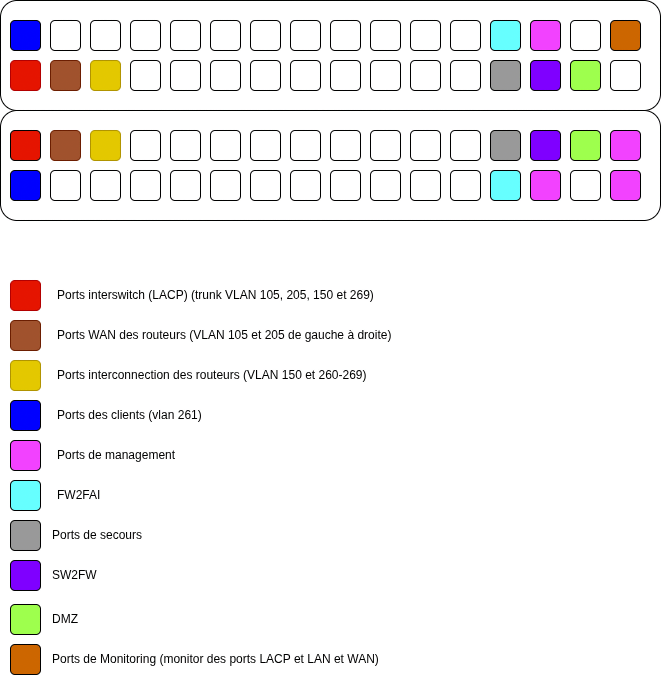
Above: docs/assets/SwitchPhysique.drawio.png in DSISportLudique/SportLudique2Doc (draw.io), before the change. Source tidied: cells renumbered, new cells last; positions are measured from the earlier drawing's top-left corner, leaving out a move shared by most shapes.
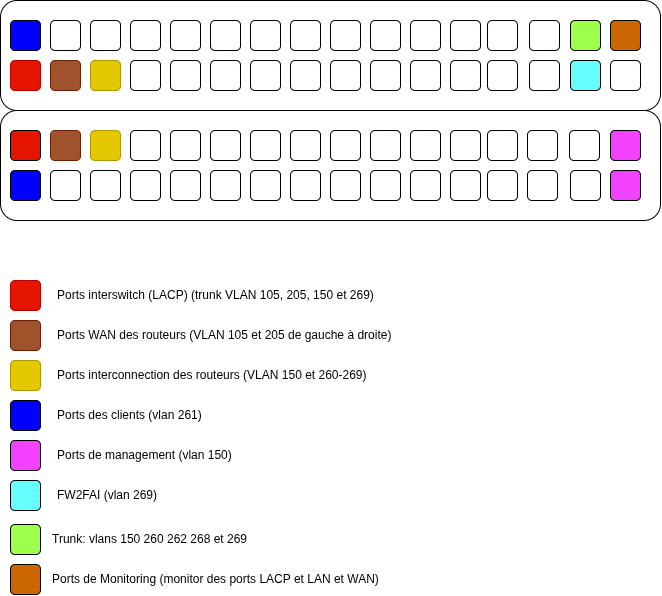
After the commit.

Commit message:
updated phy diagram

What changed in the source:
```diff
@@ -65,9 +65,6 @@
     <mxCell id="22" style="rounded=1;whiteSpace=wrap;html=1;" parent="1" vertex="1">
       <mxGeometry x="450" y="60" width="30" height="30" as="geometry" />
     </mxCell>
-    <mxCell id="23" style="rounded=1;whiteSpace=wrap;html=1;" parent="1" vertex="1">
-      <mxGeometry x="570" y="20" width="30" height="30" as="geometry" />
-    </mxCell>
     <mxCell id="24" style="rounded=1;whiteSpace=wrap;html=1;fillColor=light-dark(#CC6600,#CC6600);" parent="1" vertex="1">
       <mxGeometry x="610" y="20" width="30" height="30" as="geometry" />
     </mxCell>
@@ -140,15 +137,6 @@
     <mxCell id="47" style="rounded=1;whiteSpace=wrap;html=1;" parent="1" vertex="1">
       <mxGeometry x="450" y="170" width="30" height="30" as="geometry" />
     </mxCell>
-    <mxCell id="48" style="rounded=1;whiteSpace=wrap;html=1;fillColor=light-dark(#999999,#999999);" parent="1" vertex="1">
-      <mxGeometry x="490" y="130" width="30" height="30" as="geometry" />
-    </mxCell>
-    <mxCell id="49" style="rounded=1;whiteSpace=wrap;html=1;fillColor=light-dark(#66FFFF,#66FFFF);" parent="1" vertex="1">
-      <mxGeometry x="490" y="170" width="30" height="30" as="geometry" />
-    </mxCell>
-    <mxCell id="50" style="rounded=1;whiteSpace=wrap;html=1;fillStyle=solid;fillColor=light-dark(#7F00FF,#7F00FF);" parent="1" vertex="1">
-      <mxGeometry x="530" y="130" width="30" height="30" as="geometry" />
-    </mxCell>
     <mxCell id="51" style="rounded=1;whiteSpace=wrap;html=1;" parent="1" vertex="1">
       <mxGeometry x="570" y="170" width="30" height="30" as="geometry" />
     </mxCell>
@@ -170,7 +158,7 @@
     <mxCell id="57" value="Ports des clients (vlan 261)" style="text;html=1;whiteSpace=wrap;strokeColor=none;fillColor=none;align=left;verticalAlign=middle;rounded=0;" parent="1" vertex="1">
       <mxGeometry x="55" y="400" width="410" height="30" as="geometry" />
     </mxCell>
-    <mxCell id="58" value="Ports de management" style="text;html=1;whiteSpace=wrap;strokeColor=none;fillColor=none;align=left;verticalAlign=middle;rounded=0;" parent="1" vertex="1">
+    <mxCell id="58" value="Ports de management (vlan 150)" style="text;html=1;whiteSpace=wrap;strokeColor=none;fillColor=none;align=left;verticalAlign=middle;rounded=0;" parent="1" vertex="1">
       <mxGeometry x="55" y="440" width="410" height="30" as="geometry" />
     </mxCell>
     <mxCell id="59" style="rounded=1;whiteSpace=wrap;html=1;fillColor=light-dark(#F242FF,#F242FF);gradientColor=none;gradientDirection=north;" parent="1" vertex="1">
@@ -203,25 +191,10 @@
     <mxCell id="68" style="rounded=1;whiteSpace=wrap;html=1;" parent="1" vertex="1">
       <mxGeometry x="410" y="130" width="30" height="30" as="geometry" />
     </mxCell>
-    <mxCell id="69" style="rounded=1;whiteSpace=wrap;html=1;fillStyle=solid;fillColor=light-dark(#7F00FF,#7F00FF);" parent="1" vertex="1">
-      <mxGeometry x="530" y="60" width="30" height="30" as="geometry" />
-    </mxCell>
-    <mxCell id="70" style="rounded=1;whiteSpace=wrap;html=1;fillColor=light-dark(#999999,#999999);" parent="1" vertex="1">
-      <mxGeometry x="490" y="60" width="30" height="30" as="geometry" />
-    </mxCell>
-    <mxCell id="71" style="rounded=1;whiteSpace=wrap;html=1;fillColor=light-dark(#66FFFF,#66FFFF);" parent="1" vertex="1">
-      <mxGeometry x="490" y="20" width="30" height="30" as="geometry" />
-    </mxCell>
     <mxCell id="72" style="rounded=1;whiteSpace=wrap;html=1;fillColor=light-dark(#66FFFF,#66FFFF);" parent="1" vertex="1">
       <mxGeometry x="10" y="480" width="30" height="30" as="geometry" />
     </mxCell>
-    <mxCell id="73" style="rounded=1;whiteSpace=wrap;html=1;fillStyle=solid;fillColor=light-dark(#7F00FF,#7F00FF);" parent="1" vertex="1">
-      <mxGeometry x="10" y="560" width="30" height="30" as="geometry" />
-    </mxCell>
-    <mxCell id="74" style="rounded=1;whiteSpace=wrap;html=1;fillColor=light-dark(#999999,#999999);" parent="1" vertex="1">
-      <mxGeometry x="10" y="520" width="30" height="30" as="geometry" />
-    </mxCell>
-    <mxCell id="75" value="FW2FAI" style="text;html=1;whiteSpace=wrap;strokeColor=none;fillColor=none;align=left;verticalAlign=middle;rounded=0;" parent="1" vertex="1">
+    <mxCell id="75" value="FW2FAI (vlan 269)" style="text;html=1;whiteSpace=wrap;strokeColor=none;fillColor=none;align=left;verticalAlign=middle;rounded=0;" parent="1" vertex="1">
       <mxGeometry x="55" y="480" width="410" height="30" as="geometry" />
     </mxCell>
     <mxCell id="76" style="rounded=1;whiteSpace=wrap;html=1;fillColor=light-dark(#F242FF,#F242FF);gradientColor=none;gradientDirection=north;" parent="1" vertex="1">
@@ -230,35 +203,50 @@
     <mxCell id="77" style="rounded=1;whiteSpace=wrap;html=1;fillColor=light-dark(#F242FF,#F242FF);gradientColor=none;gradientDirection=north;" parent="1" vertex="1">
       <mxGeometry x="10" y="440" width="30" height="30" as="geometry" />
     </mxCell>
-    <mxCell id="78" style="rounded=1;whiteSpace=wrap;html=1;fillColor=light-dark(#F242FF,#F242FF);gradientColor=none;gradientDirection=north;" parent="1" vertex="1">
-      <mxGeometry x="530" y="20" width="30" height="30" as="geometry" />
-    </mxCell>
     <mxCell id="79" style="rounded=1;whiteSpace=wrap;html=1;fillColor=light-dark(#CC6600,#CC6600);" parent="1" vertex="1">
-      <mxGeometry x="10" y="644" width="30" height="30" as="geometry" />
+      <mxGeometry x="10" y="564" width="30" height="30" as="geometry" />
     </mxCell>
-    <mxCell id="80" value="Ports de secours" style="text;html=1;whiteSpace=wrap;strokeColor=none;fillColor=none;align=left;verticalAlign=middle;rounded=0;" parent="1" vertex="1">
-      <mxGeometry x="50" y="520" width="410" height="30" as="geometry" />
-    </mxCell>
-    <mxCell id="81" value="SW2FW" style="text;html=1;whiteSpace=wrap;strokeColor=none;fillColor=none;align=left;verticalAlign=middle;rounded=0;" parent="1" vertex="1">
-      <mxGeometry x="50" y="560" width="410" height="30" as="geometry" />
-    </mxCell>
     <mxCell id="82" value="Ports de Monitoring (monitor des ports LACP et LAN et WAN)" style="text;html=1;whiteSpace=wrap;strokeColor=none;fillColor=none;align=left;verticalAlign=middle;rounded=0;" parent="1" vertex="1">
-      <mxGeometry x="50" y="644" width="410" height="30" as="geometry" />
+      <mxGeometry x="50" y="564" width="410" height="30" as="geometry" />
     </mxCell>
     <mxCell id="83" style="rounded=1;whiteSpace=wrap;html=1;fillColor=light-dark(#9EFF4D,#9EFF4D);" parent="1" vertex="1">
-      <mxGeometry x="10" y="604" width="30" height="30" as="geometry" />
+      <mxGeometry x="10" y="524" width="30" height="30" as="geometry" />
     </mxCell>
-    <mxCell id="84" value="DMZ" style="text;html=1;whiteSpace=wrap;strokeColor=none;fillColor=none;align=left;verticalAlign=middle;rounded=0;" parent="1" vertex="1">
-      <mxGeometry x="50" y="604" width="410" height="30" as="geometry" />
+    <mxCell id="84" value="Trunk: vlans 150 260 262 268 et 269" style="text;html=1;whiteSpace=wrap;strokeColor=none;fillColor=none;align=left;verticalAlign=middle;rounded=0;" parent="1" vertex="1">
+      <mxGeometry x="50" y="524" width="410" height="30" as="geometry" />
     </mxCell>
-    <mxCell id="85" style="rounded=1;whiteSpace=wrap;html=1;fillColor=light-dark(#F242FF,#F242FF);gradientColor=none;gradientDirection=north;" parent="1" vertex="1">
-      <mxGeometry x="530" y="170" width="30" height="30" as="geometry" />
-    </mxCell>
-    <mxCell id="86" style="rounded=1;whiteSpace=wrap;html=1;fillColor=light-dark(#9EFF4D,#9EFF4D);" parent="1" vertex="1">
-      <mxGeometry x="570" y="60" width="30" height="30" as="geometry" />
-    </mxCell>
-    <mxCell id="87" style="rounded=1;whiteSpace=wrap;html=1;fillColor=light-dark(#9EFF4D,#9EFF4D);" parent="1" vertex="1">
-      <mxGeometry x="570" y="130" width="30" height="30" as="geometry" />
-    </mxCell>
+    <mxCell id="88" style="rounded=1;whiteSpace=wrap;html=1;" parent="1" vertex="1">
+      <mxGeometry x="487" y="20" width="30" height="30" as="geometry" />
+    </mxCell>
+    <mxCell id="89" style="rounded=1;whiteSpace=wrap;html=1;" parent="1" vertex="1">
+      <mxGeometry x="487" y="60" width="30" height="30" as="geometry" />
+    </mxCell>
+    <mxCell id="90" style="rounded=1;whiteSpace=wrap;html=1;" parent="1" vertex="1">
+      <mxGeometry x="529" y="20" width="30" height="30" as="geometry" />
+    </mxCell>
+    <mxCell id="91" style="rounded=1;whiteSpace=wrap;html=1;direction=west;" parent="1" vertex="1">
+      <mxGeometry x="529" y="60" width="30" height="30" as="geometry" />
+    </mxCell>
+    <mxCell id="92" style="rounded=1;whiteSpace=wrap;html=1;" parent="1" vertex="1">
+      <mxGeometry x="487" y="130" width="30" height="30" as="geometry" />
+    </mxCell>
+    <mxCell id="93" style="rounded=1;whiteSpace=wrap;html=1;" parent="1" vertex="1">
+      <mxGeometry x="487" y="170" width="30" height="30" as="geometry" />
+    </mxCell>
+    <mxCell id="94" style="rounded=1;whiteSpace=wrap;html=1;" parent="1" vertex="1">
+      <mxGeometry x="527" y="130" width="30" height="30" as="geometry" />
+    </mxCell>
+    <mxCell id="95" style="rounded=1;whiteSpace=wrap;html=1;" parent="1" vertex="1">
+      <mxGeometry x="527" y="170" width="30" height="30" as="geometry" />
+    </mxCell>
+    <mxCell id="96" style="rounded=1;whiteSpace=wrap;html=1;" parent="1" vertex="1">
+      <mxGeometry x="569" y="130" width="30" height="30" as="geometry" />
+    </mxCell>
+    <mxCell id="97" style="rounded=1;whiteSpace=wrap;html=1;fillColor=light-dark(#66FFFF,#66FFFF);" parent="1" vertex="1">
+      <mxGeometry x="570" y="60" width="30" height="30" as="geometry" />
+    </mxCell>
+    <mxCell id="98" style="rounded=1;whiteSpace=wrap;html=1;fillColor=light-dark(#9EFF4D,#9EFF4D);" parent="1" vertex="1">
+      <mxGeometry x="570" y="20" width="30" height="30" as="geometry" />
+    </mxCell>
   </root>
 </mxGraphModel>
```
